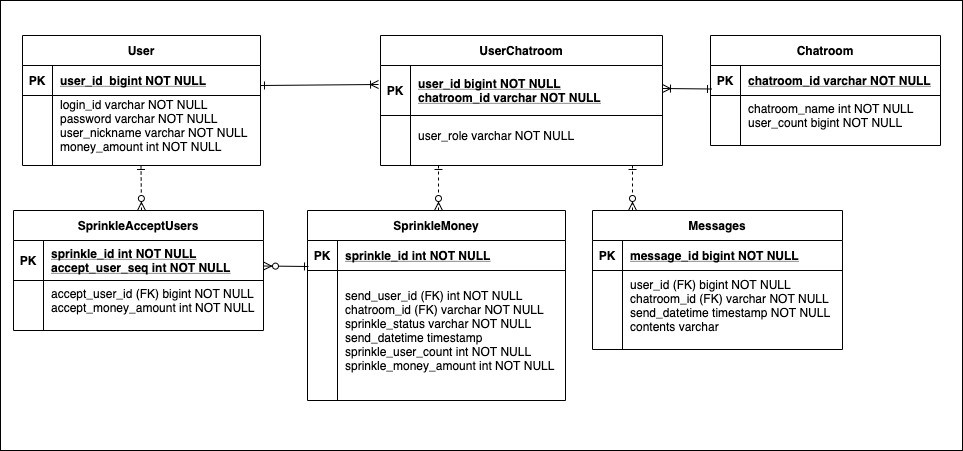
Before: img/kakaopay-sprinkemoney-ERD.png, a diagram exported from draw.io (incheol77/kakaopay-sprinklingmoney). Source tidied: cells renumbered, new cells last; positions are measured from the earlier drawing's top-left corner, leaving out a move shared by most shapes. Source of this version:
```xml
<mxGraphModel>
  <root>
    <mxCell id="0" />
    <mxCell id="1" parent="0" />
    <mxCell id="2" style="rounded=0;whiteSpace=wrap;html=1;" parent="1" vertex="1">
      <mxGeometry width="962" height="450" as="geometry" />
    </mxCell>
    <mxCell id="3" value="UserChatroom" style="shape=table;startSize=30;rowLines=0;fontStyle=1;align=center;" parent="1" vertex="1">
      <mxGeometry x="380" y="35" width="282" height="130" as="geometry" />
    </mxCell>
    <mxCell id="4" style="shape=partialRectangle;fillColor=none;points=[[0,0.5],[1,0.5]];portConstraint=eastwest;top=0;left=0;right=0;bottom=1;" parent="3" vertex="1">
      <mxGeometry y="30" width="282" height="50" as="geometry" />
    </mxCell>
    <mxCell id="5" value="PK" style="shape=partialRectangle;overflow=hidden;fillColor=none;top=0;left=0;bottom=0;right=0;fontStyle=1;" parent="4" vertex="1">
      <mxGeometry width="30" height="50" as="geometry" />
    </mxCell>
    <mxCell id="6" value="user_id bigint NOT NULL&#10;chatroom_id varchar NOT NULL" style="shape=partialRectangle;overflow=hidden;fillColor=none;top=0;left=0;bottom=0;right=0;align=left;spacingLeft=6;fontStyle=5;" parent="4" vertex="1">
      <mxGeometry x="30" width="252" height="50" as="geometry" />
    </mxCell>
    <mxCell id="7" style="shape=partialRectangle;fillColor=none;top=0;left=0;right=0;bottom=0;" parent="3" vertex="1">
      <mxGeometry y="80" width="282" height="40" as="geometry" />
    </mxCell>
    <mxCell id="8" style="shape=partialRectangle;overflow=hidden;fillColor=none;top=0;left=0;bottom=0;right=0;" parent="7" vertex="1">
      <mxGeometry width="30" height="40" as="geometry" />
    </mxCell>
    <mxCell id="9" value="user_role varchar NOT NULL" style="shape=partialRectangle;overflow=hidden;fillColor=none;top=0;left=0;bottom=0;right=0;align=left;spacingLeft=6;" parent="7" vertex="1">
      <mxGeometry x="30" width="252" height="40" as="geometry" />
    </mxCell>
    <mxCell id="10" value="Chatroom" style="shape=table;startSize=30;rowLines=0;fontStyle=1;align=center;" parent="1" vertex="1">
      <mxGeometry x="710" y="35" width="230" height="110" as="geometry" />
    </mxCell>
    <mxCell id="11" style="shape=partialRectangle;fillColor=none;top=0;left=0;right=0;bottom=1;" parent="10" vertex="1">
      <mxGeometry y="30" width="230" height="30" as="geometry" />
    </mxCell>
    <mxCell id="12" value="PK" style="shape=partialRectangle;overflow=hidden;fillColor=none;top=0;left=0;bottom=0;right=0;fontStyle=1;" parent="11" vertex="1">
      <mxGeometry width="30" height="30" as="geometry" />
    </mxCell>
    <mxCell id="13" value="chatroom_id varchar NOT NULL " style="shape=partialRectangle;overflow=hidden;fillColor=none;top=0;left=0;bottom=0;right=0;align=left;spacingLeft=6;fontStyle=5;" parent="11" vertex="1">
      <mxGeometry x="30" width="200" height="30" as="geometry" />
    </mxCell>
    <mxCell id="14" style="shape=partialRectangle;fillColor=none;top=0;left=0;right=0;bottom=0;" parent="10" vertex="1">
      <mxGeometry y="60" width="230" height="40" as="geometry" />
    </mxCell>
    <mxCell id="15" style="shape=partialRectangle;overflow=hidden;fillColor=none;top=0;left=0;bottom=0;right=0;" parent="14" vertex="1">
      <mxGeometry width="30" height="40" as="geometry" />
    </mxCell>
    <mxCell id="16" value="chatroom_name int NOT NULL&#10;user_count bigint NOT NULL" style="shape=partialRectangle;overflow=hidden;fillColor=none;top=0;left=0;bottom=0;right=0;align=left;spacingLeft=6;" parent="14" vertex="1">
      <mxGeometry x="30" width="200" height="40" as="geometry" />
    </mxCell>
    <mxCell id="17" value="User" style="shape=table;startSize=30;rowLines=0;fontStyle=1;align=center;" parent="1" vertex="1">
      <mxGeometry x="22" y="35" width="238" height="130" as="geometry" />
    </mxCell>
    <mxCell id="18" style="shape=partialRectangle;fillColor=none;top=0;left=0;right=0;bottom=1;" parent="17" vertex="1">
      <mxGeometry y="30" width="238" height="30" as="geometry" />
    </mxCell>
    <mxCell id="19" value="PK" style="shape=partialRectangle;overflow=hidden;fillColor=none;top=0;left=0;bottom=0;right=0;fontStyle=1;" parent="18" vertex="1">
      <mxGeometry width="30" height="30" as="geometry" />
    </mxCell>
    <mxCell id="20" value="user_id  bigint NOT NULL " style="shape=partialRectangle;overflow=hidden;fillColor=none;top=0;left=0;bottom=0;right=0;align=left;spacingLeft=6;fontStyle=5;" parent="18" vertex="1">
      <mxGeometry x="30" width="208" height="30" as="geometry" />
    </mxCell>
    <mxCell id="21" style="shape=partialRectangle;fillColor=none;top=0;left=0;right=0;bottom=0;" parent="17" vertex="1">
      <mxGeometry y="60" width="238" height="60" as="geometry" />
    </mxCell>
    <mxCell id="22" style="shape=partialRectangle;overflow=hidden;fillColor=none;top=0;left=0;bottom=0;right=0;" parent="21" vertex="1">
      <mxGeometry width="30" height="60" as="geometry" />
    </mxCell>
    <mxCell id="23" value="login_id varchar NOT NULL&#10;password varchar NOT NULL&#10;user_nickname varchar NOT NULL&#10;money_amount int NOT NULL" style="shape=partialRectangle;overflow=hidden;fillColor=none;top=0;left=0;bottom=0;right=0;align=left;spacingLeft=6;" parent="21" vertex="1">
      <mxGeometry x="30" width="208" height="60" as="geometry" />
    </mxCell>
    <mxCell id="24" value="SprinkleMoney" style="shape=table;startSize=30;rowLines=0;fontStyle=1;align=center;" parent="1" vertex="1">
      <mxGeometry x="307" y="210" width="258" height="190" as="geometry" />
    </mxCell>
    <mxCell id="25" style="shape=partialRectangle;fillColor=none;top=0;left=0;right=0;bottom=1;" parent="24" vertex="1">
      <mxGeometry y="30" width="258" height="30" as="geometry" />
    </mxCell>
    <mxCell id="26" value="PK" style="shape=partialRectangle;overflow=hidden;fillColor=none;top=0;left=0;bottom=0;right=0;fontStyle=1;" parent="25" vertex="1">
      <mxGeometry width="30" height="30" as="geometry" />
    </mxCell>
    <mxCell id="27" value="sprinkle_id int NOT NULL" style="shape=partialRectangle;overflow=hidden;fillColor=none;top=0;left=0;bottom=0;right=0;align=left;spacingLeft=6;fontStyle=5;" parent="25" vertex="1">
      <mxGeometry x="30" width="228" height="30" as="geometry" />
    </mxCell>
    <mxCell id="28" style="shape=partialRectangle;fillColor=none;top=0;left=0;right=0;bottom=0;" parent="24" vertex="1">
      <mxGeometry y="60" width="258" height="120" as="geometry" />
    </mxCell>
    <mxCell id="29" style="shape=partialRectangle;overflow=hidden;fillColor=none;top=0;left=0;bottom=0;right=0;" parent="28" vertex="1">
      <mxGeometry width="30" height="120" as="geometry" />
    </mxCell>
    <mxCell id="30" value="send_user_id (FK) int NOT NULL&#10;chatroom_id (FK) varchar NOT NULL&#10;sprinkle_status varchar NOT NULL&#10;send_datetime timestamp&#10;sprinkle_user_count int NOT NULL &#10;sprinkle_money_amount int NOT NULL" style="shape=partialRectangle;overflow=hidden;fillColor=none;top=0;left=0;bottom=0;right=0;align=left;spacingLeft=6;" parent="28" vertex="1">
      <mxGeometry x="30" width="228" height="120" as="geometry" />
    </mxCell>
    <mxCell id="31" style="endArrow=ERone;startArrow=ERzeroToMany;html=1;endFill=0;startFill=1;dashed=1;" parent="1" edge="1">
      <mxGeometry relative="1" as="geometry">
        <mxPoint x="438" y="210" as="sourcePoint" />
        <mxPoint x="438" y="165" as="targetPoint" />
      </mxGeometry>
    </mxCell>
    <mxCell id="32" style="endArrow=ERone;startArrow=ERoneToMany;html=1;endFill=0;startFill=0;exitX=-0.007;exitY=0.38;exitDx=0;exitDy=0;exitPerimeter=0;" parent="1" edge="1" source="4">
      <mxGeometry relative="1" as="geometry">
        <mxPoint x="260" y="85" as="targetPoint" />
      </mxGeometry>
    </mxCell>
    <mxCell id="33" style="endArrow=ERoneToMany;startArrow=ERone;html=1;endFill=0;startFill=0;" parent="1" edge="1">
      <mxGeometry relative="1" as="geometry">
        <mxPoint x="711" y="88.5" as="sourcePoint" />
        <mxPoint x="662" y="88" as="targetPoint" />
      </mxGeometry>
    </mxCell>
    <mxCell id="34" value="Messages" style="shape=table;startSize=30;rowLines=0;fontStyle=1;align=center;" parent="1" vertex="1">
      <mxGeometry x="592" y="210" width="250" height="139" as="geometry" />
    </mxCell>
    <mxCell id="35" style="shape=partialRectangle;fillColor=none;top=0;left=0;right=0;bottom=1;" parent="34" vertex="1">
      <mxGeometry y="30" width="250" height="30" as="geometry" />
    </mxCell>
    <mxCell id="36" value="PK" style="shape=partialRectangle;overflow=hidden;fillColor=none;top=0;left=0;bottom=0;right=0;fontStyle=1;" parent="35" vertex="1">
      <mxGeometry width="30" height="30" as="geometry" />
    </mxCell>
    <mxCell id="37" value="message_id bigint NOT NULL" style="shape=partialRectangle;overflow=hidden;fillColor=none;top=0;left=0;bottom=0;right=0;align=left;spacingLeft=6;fontStyle=5;" parent="35" vertex="1">
      <mxGeometry x="30" width="220" height="30" as="geometry" />
    </mxCell>
    <mxCell id="38" style="shape=partialRectangle;fillColor=none;top=0;left=0;right=0;bottom=0;" parent="34" vertex="1">
      <mxGeometry y="60" width="250" height="69" as="geometry" />
    </mxCell>
    <mxCell id="39" style="shape=partialRectangle;overflow=hidden;fillColor=none;top=0;left=0;bottom=0;right=0;" parent="38" vertex="1">
      <mxGeometry width="30" height="69" as="geometry" />
    </mxCell>
    <mxCell id="40" value="user_id (FK) bigint NOT NULL&#10;chatroom_id (FK) varchar NOT NULL&#10;send_datetime timestamp NOT NULL&#10;contents varchar" style="shape=partialRectangle;overflow=hidden;fillColor=none;top=0;left=0;bottom=0;right=0;align=left;spacingLeft=6;" parent="38" vertex="1">
      <mxGeometry x="30" width="220" height="69" as="geometry" />
    </mxCell>
    <mxCell id="41" value="SprinkleAcceptUsers" style="shape=table;startSize=30;rowLines=0;fontStyle=1;align=center;" parent="1" vertex="1">
      <mxGeometry x="13" y="210" width="250" height="120" as="geometry" />
    </mxCell>
    <mxCell id="42" style="shape=partialRectangle;fillColor=none;top=0;left=0;right=0;bottom=1;" parent="41" vertex="1">
      <mxGeometry y="30" width="250" height="40" as="geometry" />
    </mxCell>
    <mxCell id="43" value="PK" style="shape=partialRectangle;overflow=hidden;fillColor=none;top=0;left=0;bottom=0;right=0;fontStyle=1;" parent="42" vertex="1">
      <mxGeometry width="30" height="40" as="geometry" />
    </mxCell>
    <mxCell id="44" value="sprinkle_id int NOT NULL&#10;accept_user_seq int NOT NULL" style="shape=partialRectangle;overflow=hidden;fillColor=none;top=0;left=0;bottom=0;right=0;align=left;spacingLeft=6;fontStyle=5;" parent="42" vertex="1">
      <mxGeometry x="30" width="220" height="40" as="geometry" />
    </mxCell>
    <mxCell id="45" style="shape=partialRectangle;fillColor=none;top=0;left=0;right=0;bottom=0;" parent="41" vertex="1">
      <mxGeometry y="70" width="250" height="40" as="geometry" />
    </mxCell>
    <mxCell id="46" style="shape=partialRectangle;overflow=hidden;fillColor=none;top=0;left=0;bottom=0;right=0;" parent="45" vertex="1">
      <mxGeometry width="30" height="40" as="geometry" />
    </mxCell>
    <mxCell id="47" value="accept_user_id (FK) bigint NOT NULL&#10;accept_money_amount int NOT NULL" style="shape=partialRectangle;overflow=hidden;fillColor=none;top=0;left=0;bottom=0;right=0;align=left;spacingLeft=6;" parent="45" vertex="1">
      <mxGeometry x="30" width="220" height="40" as="geometry" />
    </mxCell>
    <mxCell id="48" style="endArrow=ERone;startArrow=ERzeroToMany;html=1;endFill=0;startFill=1;dashed=1;" parent="1" edge="1">
      <mxGeometry relative="1" as="geometry">
        <mxPoint x="141" y="210" as="sourcePoint" />
        <mxPoint x="140.5" y="165" as="targetPoint" />
      </mxGeometry>
    </mxCell>
    <mxCell id="49" style="endArrow=ERzeroToMany;startArrow=ERone;html=1;endFill=1;startFill=0;" parent="1" edge="1">
      <mxGeometry relative="1" as="geometry">
        <mxPoint x="308" y="266" as="sourcePoint" />
        <mxPoint x="263" y="265.5" as="targetPoint" />
      </mxGeometry>
    </mxCell>
    <mxCell id="50" style="endArrow=ERone;startArrow=ERzeroToMany;html=1;endFill=0;startFill=1;dashed=1;" parent="1" edge="1">
      <mxGeometry relative="1" as="geometry">
        <mxPoint x="632" y="210" as="sourcePoint" />
        <mxPoint x="632" y="165" as="targetPoint" />
      </mxGeometry>
    </mxCell>
  </root>
</mxGraphModel>
```
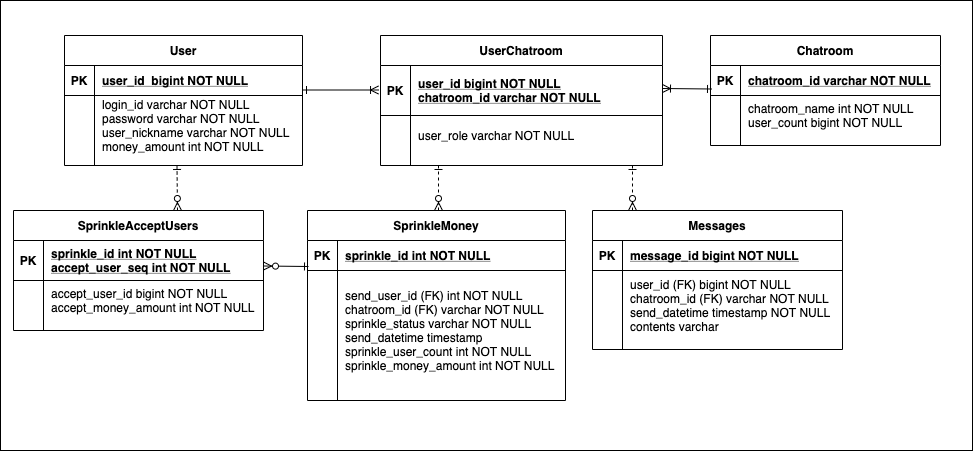
The same diagram one commit later.

Commit message:
docs: ERD 일부 수정 (위치 조정)

ERD 중 엔티티 간격 조정

Diff of the diagram source:
```diff
@@ -3,7 +3,7 @@
     <mxCell id="0" />
     <mxCell id="1" parent="0" />
     <mxCell id="2" style="rounded=0;whiteSpace=wrap;html=1;" parent="1" vertex="1">
-      <mxGeometry width="962" height="450" as="geometry" />
+      <mxGeometry width="972" height="450" as="geometry" />
     </mxCell>
     <mxCell id="3" value="UserChatroom" style="shape=table;startSize=30;rowLines=0;fontStyle=1;align=center;" parent="1" vertex="1">
       <mxGeometry x="380" y="35" width="282" height="130" as="geometry" />
@@ -48,7 +48,7 @@
       <mxGeometry x="30" width="200" height="40" as="geometry" />
     </mxCell>
     <mxCell id="17" value="User" style="shape=table;startSize=30;rowLines=0;fontStyle=1;align=center;" parent="1" vertex="1">
-      <mxGeometry x="22" y="35" width="238" height="130" as="geometry" />
+      <mxGeometry x="64" y="35" width="238" height="130" as="geometry" />
     </mxCell>
     <mxCell id="18" style="shape=partialRectangle;fillColor=none;top=0;left=0;right=0;bottom=1;" parent="17" vertex="1">
       <mxGeometry y="30" width="238" height="30" as="geometry" />
@@ -95,9 +95,10 @@
         <mxPoint x="438" y="165" as="targetPoint" />
       </mxGeometry>
     </mxCell>
-    <mxCell id="32" style="endArrow=ERone;startArrow=ERoneToMany;html=1;endFill=0;startFill=0;exitX=-0.007;exitY=0.38;exitDx=0;exitDy=0;exitPerimeter=0;" parent="1" edge="1" source="4">
+    <mxCell id="32" style="endArrow=ERone;startArrow=ERoneToMany;html=1;endFill=0;startFill=0;" parent="1" edge="1">
       <mxGeometry relative="1" as="geometry">
-        <mxPoint x="260" y="85" as="targetPoint" />
+        <mxPoint x="378" y="89.5" as="sourcePoint" />
+        <mxPoint x="302" y="89.5" as="targetPoint" />
       </mxGeometry>
     </mxCell>
     <mxCell id="33" style="endArrow=ERoneToMany;startArrow=ERone;html=1;endFill=0;startFill=0;" parent="1" edge="1">
@@ -145,13 +146,13 @@
     <mxCell id="46" style="shape=partialRectangle;overflow=hidden;fillColor=none;top=0;left=0;bottom=0;right=0;" parent="45" vertex="1">
       <mxGeometry width="30" height="40" as="geometry" />
     </mxCell>
-    <mxCell id="47" value="accept_user_id (FK) bigint NOT NULL&#10;accept_money_amount int NOT NULL" style="shape=partialRectangle;overflow=hidden;fillColor=none;top=0;left=0;bottom=0;right=0;align=left;spacingLeft=6;" parent="45" vertex="1">
+    <mxCell id="47" value="accept_user_id bigint NOT NULL&#10;accept_money_amount int NOT NULL" style="shape=partialRectangle;overflow=hidden;fillColor=none;top=0;left=0;bottom=0;right=0;align=left;spacingLeft=6;" parent="45" vertex="1">
       <mxGeometry x="30" width="220" height="40" as="geometry" />
     </mxCell>
     <mxCell id="48" style="endArrow=ERone;startArrow=ERzeroToMany;html=1;endFill=0;startFill=1;dashed=1;" parent="1" edge="1">
       <mxGeometry relative="1" as="geometry">
-        <mxPoint x="141" y="210" as="sourcePoint" />
-        <mxPoint x="140.5" y="165" as="targetPoint" />
+        <mxPoint x="177" y="210" as="sourcePoint" />
+        <mxPoint x="176.5" y="165" as="targetPoint" />
       </mxGeometry>
     </mxCell>
     <mxCell id="49" style="endArrow=ERzeroToMany;startArrow=ERone;html=1;endFill=1;startFill=0;" parent="1" edge="1">
```
